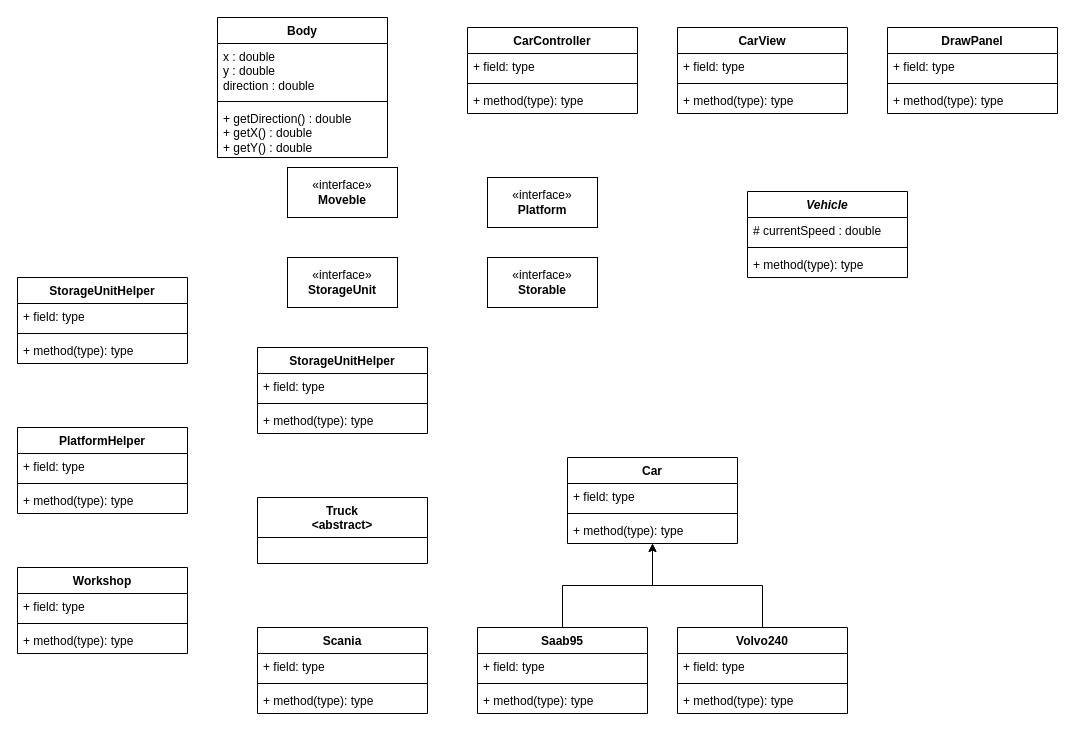
The draw.io diagram Labb3pre.drawio in ErikFogelstrand/lab1-riktig, before the edit. Source tidied: cells renumbered, new cells numbered last; positions are measured from the earlier drawing's top-left corner, leaving out a move shared by most shapes. Both pictures are drawn from the tidied source at 100%, with x=0, y=0 at pixel (17, 17).
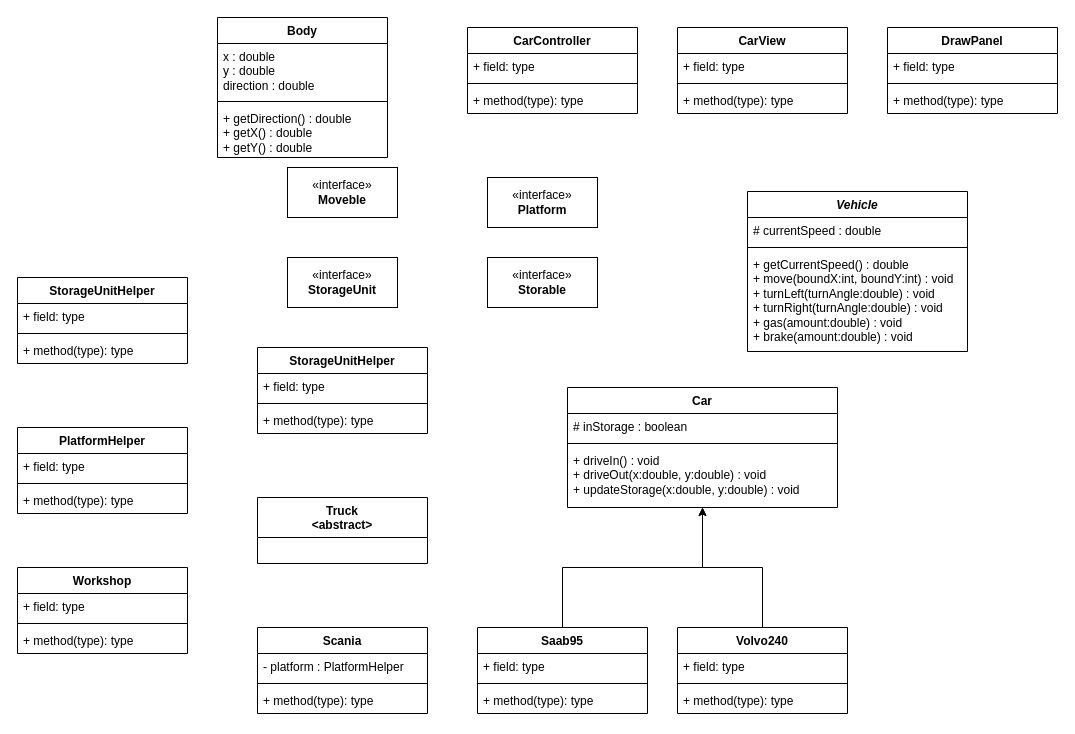
The same page after the edit.

Commit message:
Uppdatera Erik

Unchanged cells that the change refers to:
```xml
<mxCell id="39" value="Scania" style="swimlane;fontStyle=1;align=center;verticalAlign=top;horizontal=1;startSize=26;whiteSpace=wrap;html=1;" parent="1" vertex="1">
  <mxGeometry x="240" y="610" width="170" height="86" as="geometry" />
</mxCell>
```

Diff of the diagram source:
```diff
@@
     <mxCell id="6" value="Car" style="swimlane;fontStyle=1;align=center;verticalAlign=top;horizontal=1;startSize=26;whiteSpace=wrap;html=1;" parent="1" vertex="1">
-      <mxGeometry x="550" y="440" width="170" height="86" as="geometry" />
+      <mxGeometry x="550" y="370" width="270" height="120" as="geometry" />
     </mxCell>
-    <mxCell id="7" value="+ field: type" style="text;strokeColor=none;fillColor=none;align=left;verticalAlign=top;spacingLeft=4;spacingRight=4;overflow=hidden;whiteSpace=wrap;html=1;" parent="6" vertex="1">
-      <mxGeometry y="26" width="170" height="26" as="geometry" />
+    <mxCell id="7" value="# inStorage : boolean" style="text;strokeColor=none;fillColor=none;align=left;verticalAlign=top;spacingLeft=4;spacingRight=4;overflow=hidden;whiteSpace=wrap;html=1;" parent="6" vertex="1">
+      <mxGeometry y="26" width="270" height="26" as="geometry" />
     </mxCell>
     <mxCell id="8" style="line;strokeWidth=1;fillColor=none;align=left;verticalAlign=middle;spacingTop=-1;spacingLeft=3;spacingRight=3;labelPosition=right;strokeColor=inherit;" parent="6" vertex="1">
-      <mxGeometry y="52" width="170" height="8" as="geometry" />
+      <mxGeometry y="52" width="270" height="8" as="geometry" />
     </mxCell>
-    <mxCell id="9" value="+ method(type): type" style="text;strokeColor=none;fillColor=none;align=left;verticalAlign=top;spacingLeft=4;spacingRight=4;overflow=hidden;whiteSpace=wrap;html=1;" parent="6" vertex="1">
-      <mxGeometry y="60" width="170" height="26" as="geometry" />
+    <mxCell id="9" value="+ driveIn() : void&lt;br&gt;+ driveOut(x:double, y:double) : void&lt;br&gt;+ updateStorage(x:double, y:double) : void" style="text;strokeColor=none;fillColor=none;align=left;verticalAlign=top;spacingLeft=4;spacingRight=4;overflow=hidden;whiteSpace=wrap;html=1;" parent="6" vertex="1">
+      <mxGeometry y="60" width="270" height="60" as="geometry" />
     </mxCell>
@@
-    <mxCell id="40" value="+ field: type" style="text;strokeColor=none;fillColor=none;align=left;verticalAlign=top;spacingLeft=4;spacingRight=4;overflow=hidden;whiteSpace=wrap;html=1;" parent="39" vertex="1">
+    <mxCell id="40" value="- platform : PlatformHelper" style="text;strokeColor=none;fillColor=none;align=left;verticalAlign=top;spacingLeft=4;spacingRight=4;overflow=hidden;whiteSpace=wrap;html=1;" parent="39" vertex="1">
       <mxGeometry y="26" width="170" height="26" as="geometry" />
     </mxCell>
@@
     <mxCell id="43" value="&lt;i&gt;Vehicle&lt;/i&gt;" style="swimlane;fontStyle=1;align=center;verticalAlign=top;horizontal=1;startSize=26;whiteSpace=wrap;html=1;" parent="1" vertex="1">
-      <mxGeometry x="730" y="174" width="160" height="86" as="geometry" />
+      <mxGeometry x="730" y="174" width="220" height="160" as="geometry" />
     </mxCell>
     <mxCell id="44" value="# currentSpeed : double" style="text;strokeColor=none;fillColor=none;align=left;verticalAlign=top;spacingLeft=4;spacingRight=4;overflow=hidden;whiteSpace=wrap;html=1;" parent="43" vertex="1">
-      <mxGeometry y="26" width="160" height="26" as="geometry" />
+      <mxGeometry y="26" width="220" height="26" as="geometry" />
     </mxCell>
     <mxCell id="45" style="line;strokeWidth=1;fillColor=none;align=left;verticalAlign=middle;spacingTop=-1;spacingLeft=3;spacingRight=3;labelPosition=right;strokeColor=inherit;" parent="43" vertex="1">
-      <mxGeometry y="52" width="160" height="8" as="geometry" />
+      <mxGeometry y="52" width="220" height="8" as="geometry" />
     </mxCell>
-    <mxCell id="46" value="+ method(type): type" style="text;strokeColor=none;fillColor=none;align=left;verticalAlign=top;spacingLeft=4;spacingRight=4;overflow=hidden;whiteSpace=wrap;html=1;" parent="43" vertex="1">
-      <mxGeometry y="60" width="160" height="26" as="geometry" />
+    <mxCell id="46" value="+ getCurrentSpeed() : double&lt;br&gt;+ move(boundX:int, boundY:int) : void&lt;br&gt;+ turnLeft(turnAngle:double) : void&lt;br&gt;+ turnRight(turnAngle:double) : void&lt;br&gt;+ gas(amount:double) : void&lt;br&gt;+ brake(amount:double) : void" style="text;strokeColor=none;fillColor=none;align=left;verticalAlign=top;spacingLeft=4;spacingRight=4;overflow=hidden;whiteSpace=wrap;html=1;" parent="43" vertex="1">
+      <mxGeometry y="60" width="220" height="100" as="geometry" />
     </mxCell>
```
